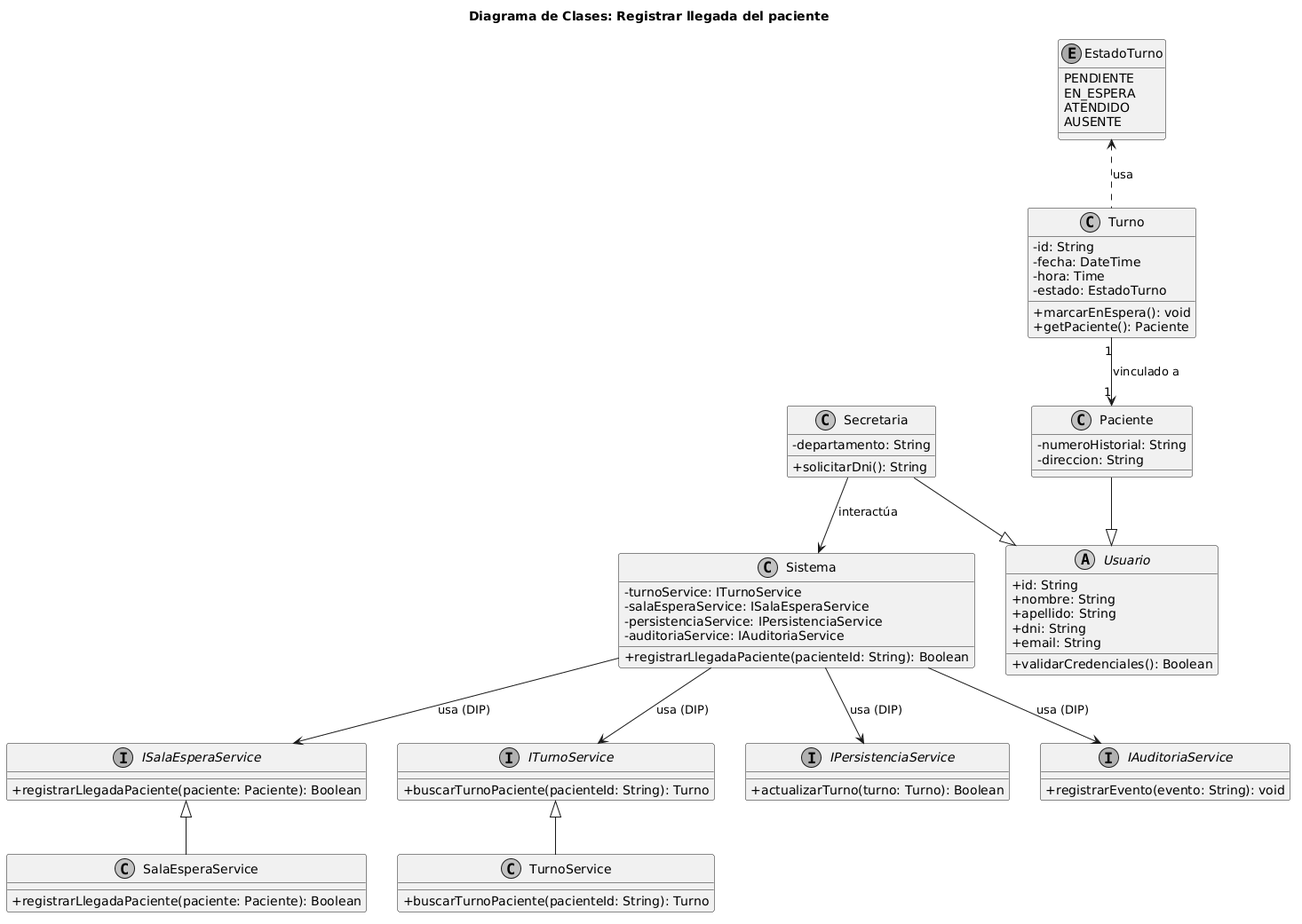
FacundoGuiraldes/SistemaTurnosMedicos keeps this PlantUML diagram as diagramas/01-diagrama-clases/03-clases-registrar-llegada-03.png. Above is the earlier version.
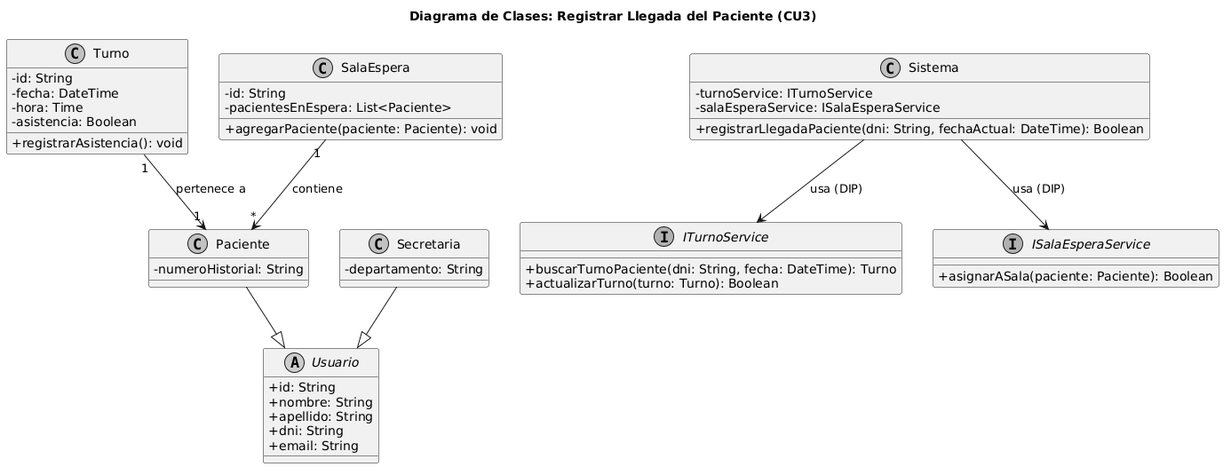
The same diagram one commit later.

Change to the diagram source:
```diff
@@ -1,5 +1,5 @@
 @startuml
-title Diagrama de Clases: Registrar llegada del paciente
+title Diagrama de Clases: Registrar Llegada del Paciente (CU3)
 
 skinparam classAttributeIconSize 0
 skinparam monochrome true
@@ -10,79 +10,49 @@
     +apellido: String
     +dni: String
     +email: String
-    +validarCredenciales(): Boolean
 }
 
 class Paciente {
     -numeroHistorial: String
-    -direccion: String
 }
 
 class Secretaria {
     -departamento: String
-    +solicitarDni(): String
 }
 
 class Turno {
     -id: String
     -fecha: DateTime
     -hora: Time
-    -estado: EstadoTurno
-    +marcarEnEspera(): void
-    +getPaciente(): Paciente
+    -asistencia: Boolean
+    +registrarAsistencia(): void
 }
 
-enum EstadoTurno {
-    PENDIENTE
-    EN_ESPERA
-    ATENDIDO
-    AUSENTE
+class SalaEspera {
+    -id: String
+    -pacientesEnEspera: List<Paciente>
+    +agregarPaciente(paciente: Paciente): void
 }
 
 interface ITurnoService {
-    +buscarTurnoPaciente(pacienteId: String): Turno
+    +buscarTurnoPaciente(dni: String, fecha: DateTime): Turno
+    +actualizarTurno(turno: Turno): Boolean
 }
 
 interface ISalaEsperaService {
-    +registrarLlegadaPaciente(paciente: Paciente): Boolean
-}
-
-interface IPersistenciaService {
-    +actualizarTurno(turno: Turno): Boolean
-}
-
-interface IAuditoriaService {
-    +registrarEvento(evento: String): void
+    +asignarASala(paciente: Paciente): Boolean
 }
 
 class Sistema {
     -turnoService: ITurnoService
     -salaEsperaService: ISalaEsperaService
-    -persistenciaService: IPersistenciaService
-    -auditoriaService: IAuditoriaService
-    +registrarLlegadaPaciente(pacienteId: String): Boolean
-}
-
-class TurnoService {
-    +buscarTurnoPaciente(pacienteId: String): Turno
-}
-
-class SalaEsperaService {
-    +registrarLlegadaPaciente(paciente: Paciente): Boolean
+    +registrarLlegadaPaciente(dni: String, fechaActual: DateTime): Boolean
 }
 
 Paciente --|> Usuario
 Secretaria --|> Usuario
-Turno "1" --> "1" Paciente : vinculado a
-Turno .up.> EstadoTurno : usa
-
+Turno "1" --> "1" Paciente : pertenece a
 Sistema --> ITurnoService : usa (DIP)
 Sistema --> ISalaEsperaService : usa (DIP)
-Sistema --> IPersistenciaService : usa (DIP)
-Sistema --> IAuditoriaService : usa (DIP)
-
-TurnoService -up-|> ITurnoService
-SalaEsperaService -up-|> ISalaEsperaService
-
-Secretaria --> Sistema : interactúa
+SalaEspera "1" --> "*" Paciente : contiene
 @enduml
```
